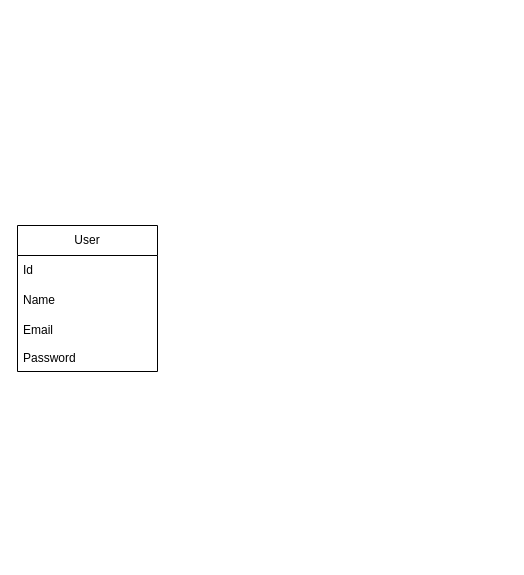
Earlier version of the draw.io diagram specs.drawio (gustavocaldassouza/FlashTalk). Source tidied: cells renumbered, new cells numbered last; positions are measured from the earlier drawing's top-left corner, leaving out a move shared by most shapes. Both pictures are drawn from the tidied source at 100%, with x=0, y=0 at pixel (17, 225).
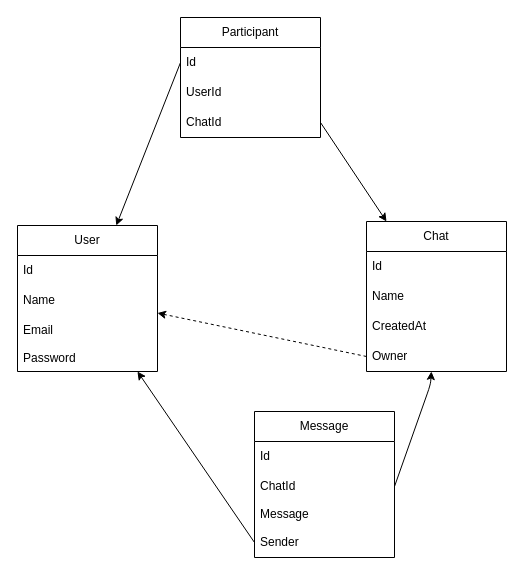
Above is the later version.

Commit message (it also covers changes not shown here):
Add message sending functionality and create database tables for chat, message, and participant

The change refers to these unchanged cells:
```xml
<mxCell id="2" value="User" style="swimlane;fontStyle=0;horizontal=1;startSize=30;whiteSpace=wrap;html=1;" parent="1" vertex="1">
  <mxGeometry width="140" height="146" as="geometry" />
</mxCell>
```

The edit, as a diff of the source:
```diff
@@
+    <mxCell id="7" value="Chat" style="swimlane;fontStyle=0;horizontal=1;startSize=30;whiteSpace=wrap;html=1;" parent="1" vertex="1">
+      <mxGeometry x="349" y="-4" width="140" height="150" as="geometry" />
+    </mxCell>
+    <mxCell id="8" value="Id&lt;span style=&quot;white-space: pre;&quot;&gt;&#9;&lt;/span&gt;" style="text;strokeColor=none;fillColor=none;align=left;verticalAlign=middle;spacingLeft=4;spacingRight=4;overflow=hidden;whiteSpace=wrap;html=1;" parent="7" vertex="1">
+      <mxGeometry y="30" width="140" height="30" as="geometry" />
+    </mxCell>
+    <mxCell id="9" value="Name" style="text;strokeColor=none;fillColor=none;align=left;verticalAlign=middle;spacingLeft=4;spacingRight=4;overflow=hidden;whiteSpace=wrap;html=1;" parent="7" vertex="1">
+      <mxGeometry y="60" width="140" height="30" as="geometry" />
+    </mxCell>
+    <mxCell id="10" value="CreatedAt" style="text;strokeColor=none;fillColor=none;align=left;verticalAlign=middle;spacingLeft=4;spacingRight=4;overflow=hidden;whiteSpace=wrap;html=1;" parent="7" vertex="1">
+      <mxGeometry y="90" width="140" height="30" as="geometry" />
+    </mxCell>
+    <mxCell id="11" value="Owner" style="text;strokeColor=none;fillColor=none;align=left;verticalAlign=middle;spacingLeft=4;spacingRight=4;overflow=hidden;points=[[0,0.5],[1,0.5]];portConstraint=eastwest;whiteSpace=wrap;html=1;" parent="7" vertex="1">
+      <mxGeometry y="120" width="140" height="30" as="geometry" />
+    </mxCell>
+    <mxCell id="12" value="Message" style="swimlane;fontStyle=0;horizontal=1;startSize=30;whiteSpace=wrap;html=1;" parent="1" vertex="1">
+      <mxGeometry x="237" y="186" width="140" height="146" as="geometry" />
+    </mxCell>
+    <mxCell id="13" value="Id&lt;span style=&quot;white-space: pre;&quot;&gt;&#9;&lt;/span&gt;" style="text;strokeColor=none;fillColor=none;align=left;verticalAlign=middle;spacingLeft=4;spacingRight=4;overflow=hidden;whiteSpace=wrap;html=1;" parent="12" vertex="1">
+      <mxGeometry y="30" width="140" height="30" as="geometry" />
+    </mxCell>
+    <mxCell id="14" value="ChatId" style="text;strokeColor=none;fillColor=none;align=left;verticalAlign=middle;spacingLeft=4;spacingRight=4;overflow=hidden;points=[[0,0.5],[1,0.5]];portConstraint=eastwest;whiteSpace=wrap;html=1;" parent="12" vertex="1">
+      <mxGeometry y="60" width="140" height="30" as="geometry" />
+    </mxCell>
+    <mxCell id="15" value="Message" style="text;strokeColor=none;fillColor=none;align=left;verticalAlign=middle;spacingLeft=4;spacingRight=4;overflow=hidden;whiteSpace=wrap;html=1;" parent="12" vertex="1">
+      <mxGeometry y="90" width="140" height="26" as="geometry" />
+    </mxCell>
+    <mxCell id="16" value="Sender" style="text;strokeColor=none;fillColor=none;align=left;verticalAlign=middle;spacingLeft=4;spacingRight=4;overflow=hidden;points=[[0,0.5],[1,0.5]];portConstraint=eastwest;whiteSpace=wrap;html=1;" parent="12" vertex="1">
+      <mxGeometry y="116" width="140" height="30" as="geometry" />
+    </mxCell>
+    <mxCell id="17" style="edgeStyle=none;html=1;exitX=0;exitY=0.5;exitDx=0;exitDy=0;" parent="1" edge="1" source="16" target="2">
+      <mxGeometry relative="1" as="geometry" />
+    </mxCell>
+    <mxCell id="18" style="edgeStyle=none;html=1;exitX=1;exitY=0.5;exitDx=0;exitDy=0;" parent="1" edge="1" source="14" target="7">
+      <mxGeometry relative="1" as="geometry">
+        <Array as="points">
+          <mxPoint x="413" y="159" />
+        </Array>
+      </mxGeometry>
+    </mxCell>
+    <mxCell id="19" value="Participant" style="swimlane;fontStyle=0;horizontal=1;startSize=30;whiteSpace=wrap;html=1;" parent="1" vertex="1">
+      <mxGeometry x="163" y="-208" width="140" height="120" as="geometry" />
+    </mxCell>
+    <mxCell id="20" value="Id&lt;span style=&quot;white-space: pre;&quot;&gt;&#9;&lt;/span&gt;" style="text;strokeColor=none;fillColor=none;align=left;verticalAlign=middle;spacingLeft=4;spacingRight=4;overflow=hidden;points=[[0,0.5],[1,0.5]];portConstraint=eastwest;whiteSpace=wrap;html=1;" parent="19" vertex="1">
+      <mxGeometry y="30" width="140" height="30" as="geometry" />
+    </mxCell>
+    <mxCell id="21" value="UserId" style="text;strokeColor=none;fillColor=none;align=left;verticalAlign=middle;spacingLeft=4;spacingRight=4;overflow=hidden;whiteSpace=wrap;html=1;" parent="19" vertex="1">
+      <mxGeometry y="60" width="140" height="30" as="geometry" />
+    </mxCell>
+    <mxCell id="22" value="ChatId" style="text;strokeColor=none;fillColor=none;align=left;verticalAlign=middle;spacingLeft=4;spacingRight=4;overflow=hidden;points=[[0,0.5],[1,0.5]];portConstraint=eastwest;whiteSpace=wrap;html=1;" parent="19" vertex="1">
+      <mxGeometry y="90" width="140" height="30" as="geometry" />
+    </mxCell>
+    <mxCell id="23" style="edgeStyle=none;html=1;exitX=0;exitY=0.5;exitDx=0;exitDy=0;dashed=1;" parent="1" edge="1" source="11" target="2">
+      <mxGeometry relative="1" as="geometry" />
+    </mxCell>
+    <mxCell id="24" style="edgeStyle=none;html=1;exitX=0;exitY=0.5;exitDx=0;exitDy=0;" parent="1" edge="1" source="20" target="2">
+      <mxGeometry relative="1" as="geometry" />
+    </mxCell>
+    <mxCell id="25" style="edgeStyle=none;html=1;exitX=1;exitY=0.5;exitDx=0;exitDy=0;" parent="1" edge="1" source="22" target="7">
+      <mxGeometry relative="1" as="geometry" />
+    </mxCell>
```
